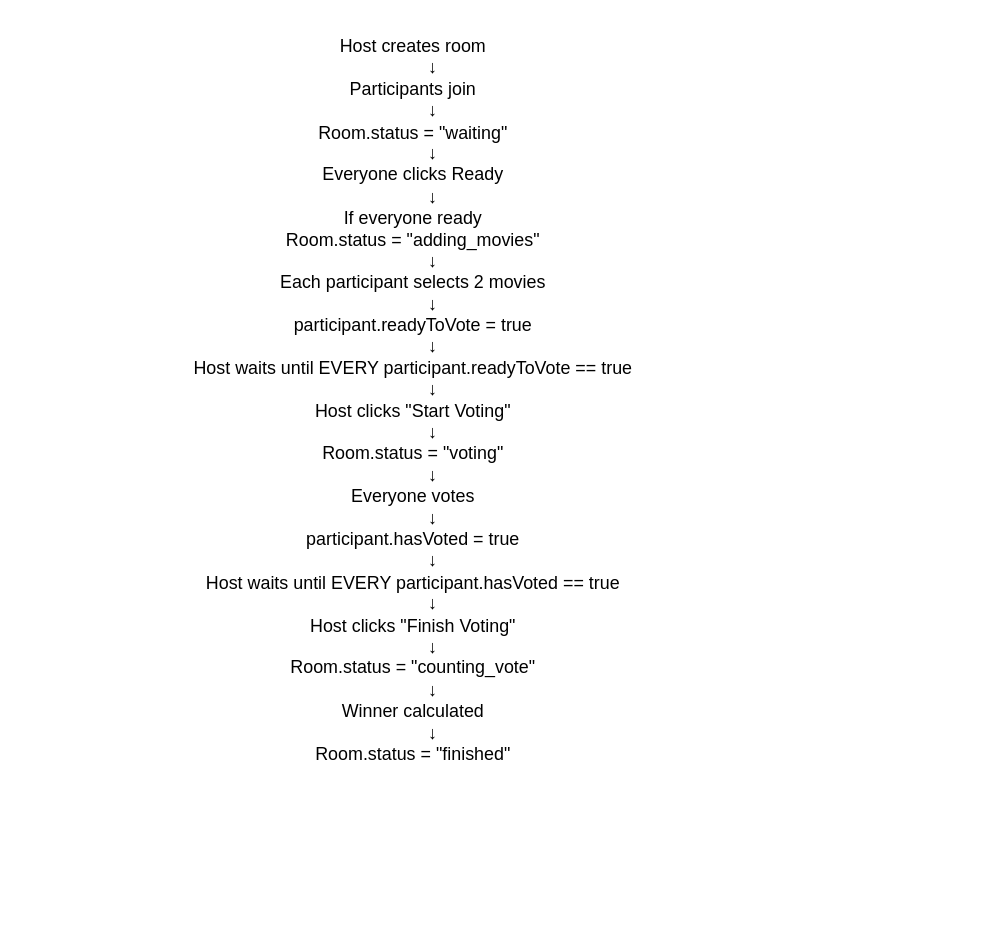
Earlier version of the draw.io diagram Maps/the_mainFlow_of_the_App.dio (aymansiddiqui2006/MoviePicker). Source tidied: cells renumbered, new cells numbered last; positions are measured from the earlier drawing's top-left corner, leaving out a move shared by most shapes. Both pictures are drawn from the tidied source at 149%, with x=0, y=0 at pixel (25, 25).
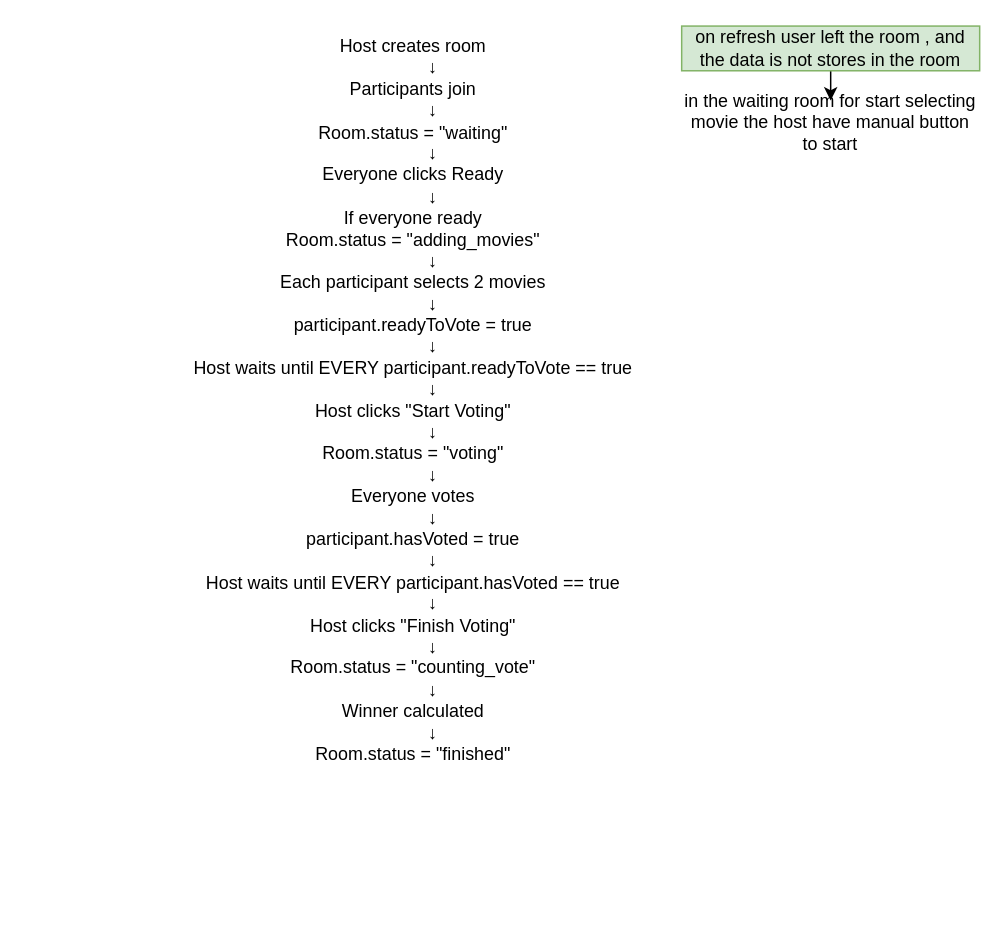
The same diagram, later.

Commit message (it also covers changes not shown here):
Remove .gitignore file as it is no longer needed

Diff of the diagram source:
```diff
@@
 <mxGraphModel>
   <root>
     <mxCell id="0" />
     <mxCell id="1" parent="0" />
     <mxCell id="2" value="Host creates room&#10;        ↓&#10;Participants join&#10;        ↓&#10;Room.status = &quot;waiting&quot;&#10;        ↓&#10;Everyone clicks Ready&#10;        ↓&#10;If everyone ready&#10;Room.status = &quot;adding_movies&quot;&#10;        ↓&#10;Each participant selects 2 movies&#10;        ↓&#10;participant.readyToVote = true&#10;        ↓&#10;Host waits until EVERY participant.readyToVote == true&#10;        ↓&#10;Host clicks &quot;Start Voting&quot;&#10;        ↓&#10;Room.status = &quot;voting&quot;&#10;        ↓&#10;Everyone votes&#10;        ↓&#10;participant.hasVoted = true&#10;        ↓&#10;Host waits until EVERY participant.hasVoted == true&#10;        ↓&#10;Host clicks &quot;Finish Voting&quot;&#10;        ↓&#10;Room.status = &quot;counting_vote&quot;&#10;        ↓&#10;Winner calculated&#10;        ↓&#10;Room.status = &quot;finished&quot;" style="text;whiteSpace=wrap;align=center;" parent="1" vertex="1">
       <mxGeometry width="520" height="590" as="geometry" />
     </mxCell>
+    <mxCell id="3" style="edgeStyle=none;html=1;" parent="1" edge="1" source="4" target="5">
+      <mxGeometry relative="1" as="geometry" />
+    </mxCell>
+    <mxCell id="4" value="on refresh user left the room , and the data is not stores in the room" style="text;html=1;align=center;verticalAlign=middle;whiteSpace=wrap;rounded=0;fillColor=#d5e8d4;strokeColor=#82b366;" parent="1" vertex="1">
+      <mxGeometry x="440" width="200" height="30" as="geometry" />
+    </mxCell>
+    <mxCell id="5" value="in the waiting room for start selecting movie the host have manual button to start" style="text;html=1;align=center;verticalAlign=middle;whiteSpace=wrap;rounded=0;" parent="1" vertex="1">
+      <mxGeometry x="440" y="50" width="200" height="30" as="geometry" />
+    </mxCell>
   </root>
 </mxGraphModel>
```
